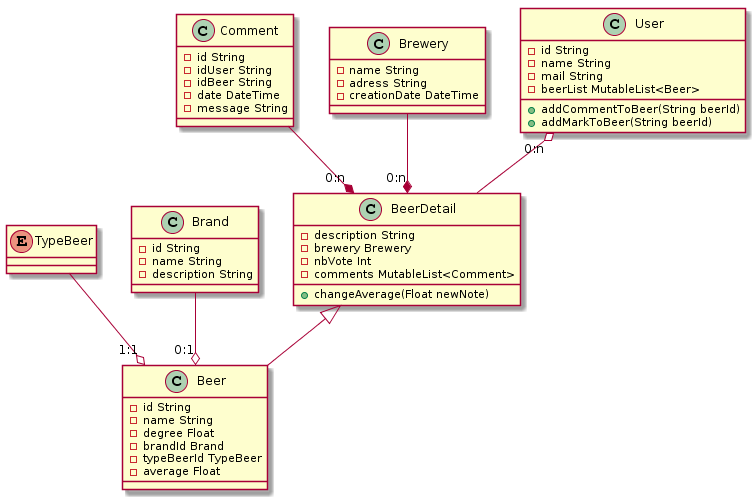
This is doc/spec/models/img/model-class.png from TheNoobProgrammeur/birudroid, a PlantUML export, as it was before one commit.
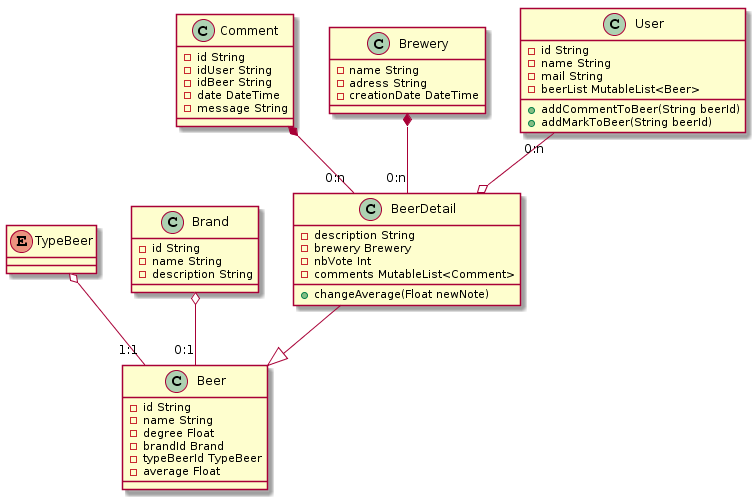
Above is the later version.

Commit message:
:pencil: fix uml

The edit, as a diff of the source:
```diff
@@ -48,12 +48,12 @@
     + addMarkToBeer(String beerId)
 }
 
-BeerDetail <|-- Beer
+BeerDetail --|> Beer
 
-Brewery --* "0:n" BeerDetail
-Comment --* "0:n" BeerDetail
-User "0:n" o-- BeerDetail
+Brewery *-- "0:n" BeerDetail
+Comment *-- "0:n" BeerDetail
+User "0:n" --o BeerDetail
 
-TypeBeer --o "1:1" Beer
-Brand --o "0:1" Beer
+TypeBeer o-- "1:1" Beer
+Brand o-- "0:1" Beer
 @enduml
```
